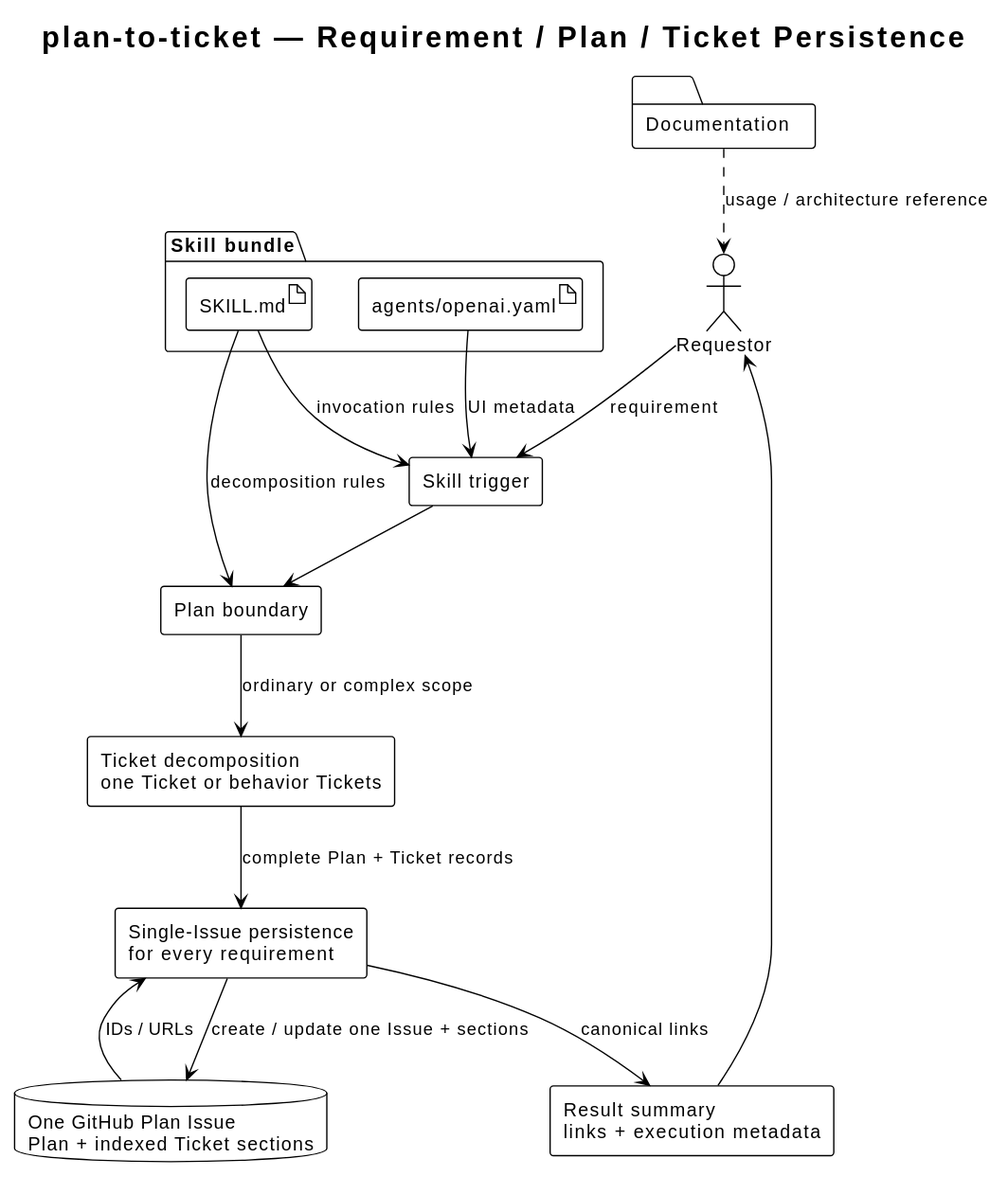
Before: docs/skills/plan-to-ticket/diagrams/plan-to-ticket-architecture.svg, a diagram exported from PlantUML (i-zrhe2016/codex-development-workflow).
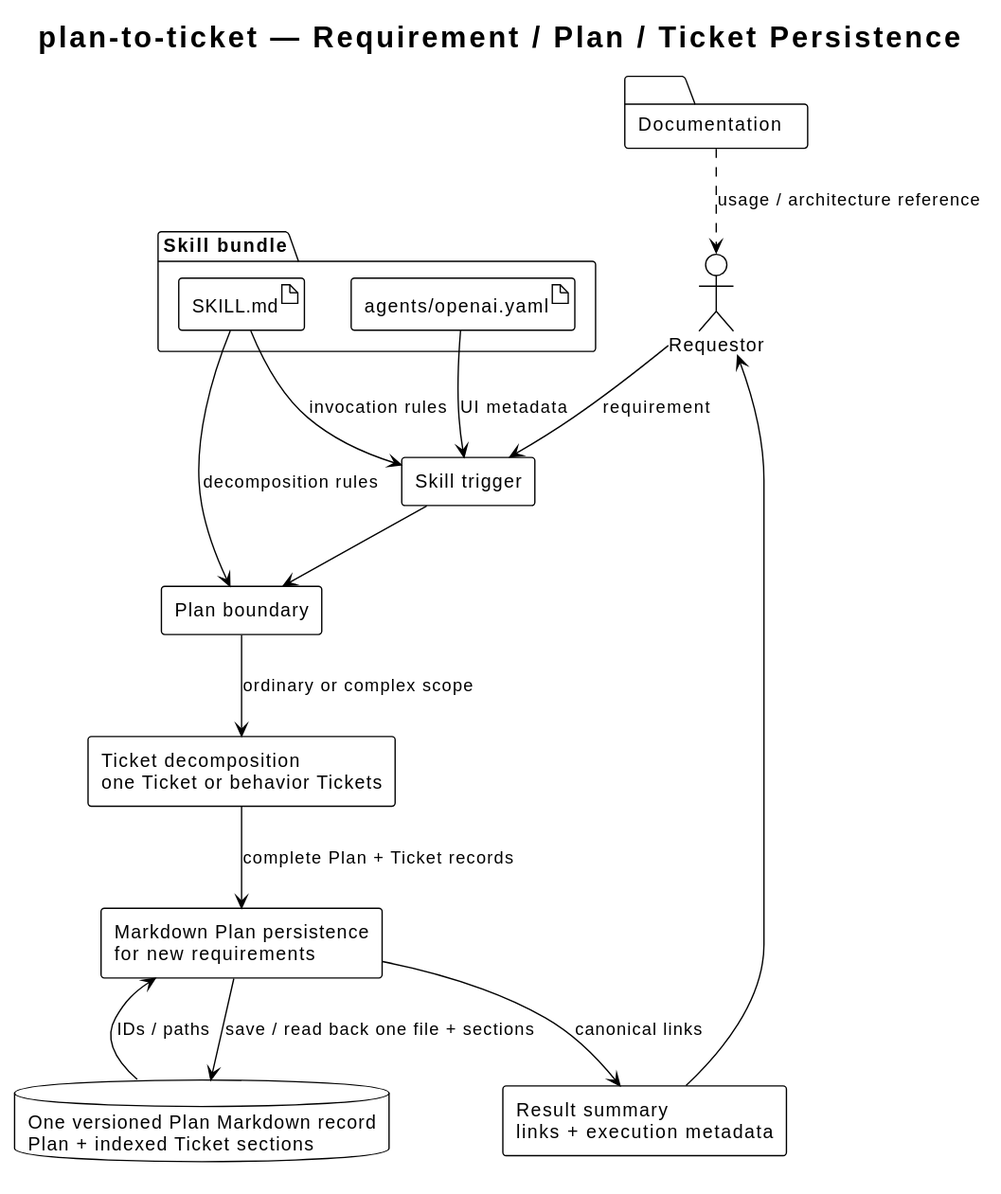
Above is the later version.

Diff of the diagram source:
```diff
@@ -11,8 +11,8 @@
 component "Skill trigger" as trigger
 component "Plan boundary" as plan
 component "Ticket decomposition\none Ticket or behavior Tickets" as tickets
-component "Single-Issue persistence\nfor every requirement" as persistence
-database "One GitHub Plan Issue\nPlan + indexed Ticket sections" as issues
+component "Markdown Plan persistence\nfor new requirements" as persistence
+database "One versioned Plan Markdown record\nPlan + indexed Ticket sections" as records
 component "Result summary\nlinks + execution metadata" as output
 
 folder "Skill bundle" as bundle {
@@ -25,8 +25,8 @@
 trigger --> plan
 plan --> tickets : ordinary or complex scope
 tickets --> persistence : complete Plan + Ticket records
-persistence --> issues : create / update one Issue + sections
-issues --> persistence : IDs / URLs
+persistence --> records : save / read back one file + sections
+records --> persistence : IDs / paths
 persistence --> output : canonical links
 output --> requestor
 
```
